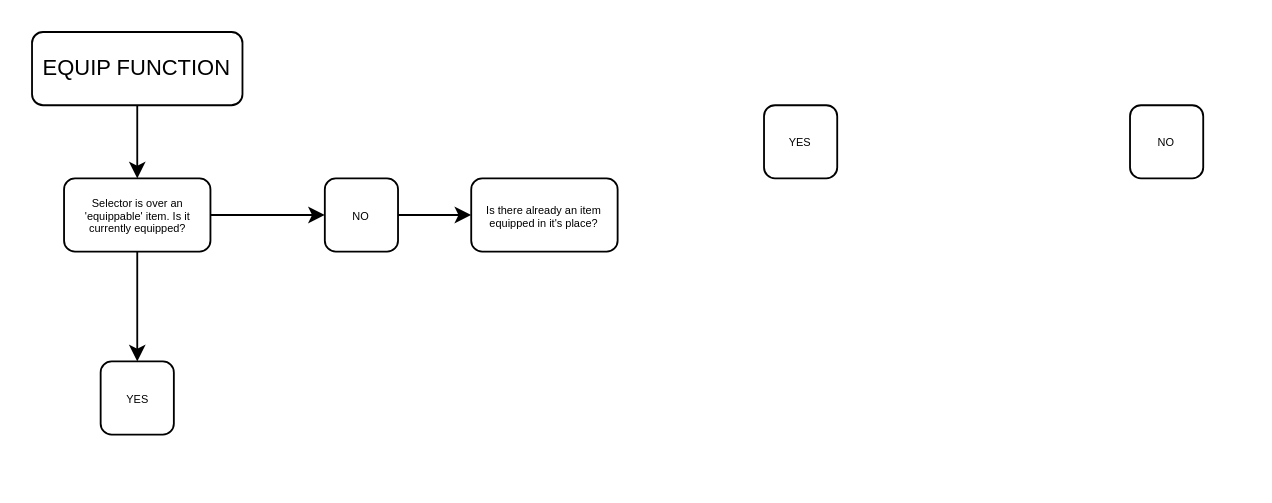
Above: Notes/Charts/Equipment.drawio in ChrisGlenn/Taelus (draw.io), before the change. Source tidied: cells renumbered, new cells numbered last; positions are measured from the earlier drawing's top-left corner, leaving out a move shared by most shapes. Both pictures are drawn from the tidied source at 183%, with x=0, y=0 at pixel (31, 31).
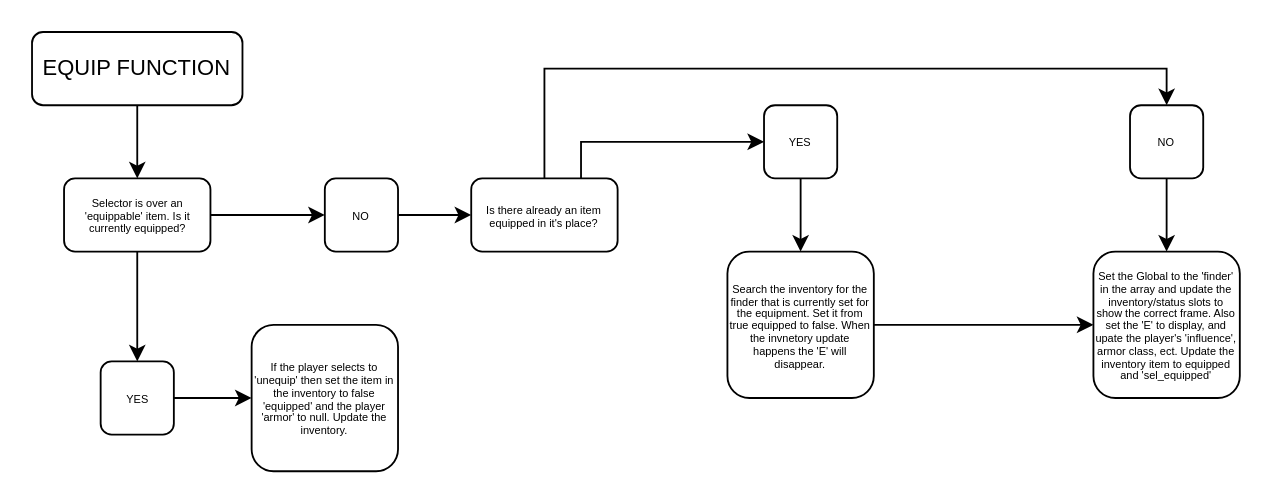
After the change.

The change refers to these unchanged cells:
```xml
<mxCell id="7" value="&lt;p style=&quot;line-height: 40%;&quot;&gt;&lt;span style=&quot;font-size: 6px;&quot;&gt;YES&lt;/span&gt;&lt;/p&gt;" style="rounded=1;whiteSpace=wrap;html=1;" parent="1" vertex="1">
  <mxGeometry x="37.5" y="180" width="40" height="40" as="geometry" />
</mxCell>
<mxCell id="10" value="&lt;p style=&quot;line-height: 40%;&quot;&gt;&lt;font style=&quot;font-size: 6px;&quot;&gt;Is there already an item equipped in it's place?&lt;/font&gt;&lt;/p&gt;" style="rounded=1;whiteSpace=wrap;html=1;" parent="1" vertex="1">
  <mxGeometry x="240" y="80" width="80" height="40" as="geometry" />
</mxCell>
<mxCell id="11" value="&lt;p style=&quot;line-height: 40%;&quot;&gt;&lt;span style=&quot;font-size: 6px;&quot;&gt;YES&lt;/span&gt;&lt;/p&gt;" style="rounded=1;whiteSpace=wrap;html=1;" parent="1" vertex="1">
  <mxGeometry x="400" y="40" width="40" height="40" as="geometry" />
</mxCell>
<mxCell id="12" value="&lt;p style=&quot;line-height: 40%;&quot;&gt;&lt;span style=&quot;font-size: 6px;&quot;&gt;NO&lt;/span&gt;&lt;/p&gt;" style="rounded=1;whiteSpace=wrap;html=1;" parent="1" vertex="1">
  <mxGeometry x="600" y="40" width="40" height="40" as="geometry" />
</mxCell>
```

What changed in the source:
```diff
@@
+    <mxCell id="13" style="edgeStyle=orthogonalEdgeStyle;rounded=0;jettySize=auto;html=1;exitX=1;exitY=0.5;exitDx=0;exitDy=0;entryX=0;entryY=0.5;entryDx=0;entryDy=0;" parent="1" edge="1" source="7" target="21">
+      <mxGeometry relative="1" as="geometry" />
+    </mxCell>
@@
+    <mxCell id="14" style="edgeStyle=orthogonalEdgeStyle;rounded=0;jettySize=auto;html=1;exitX=0.5;exitY=0;exitDx=0;exitDy=0;entryX=0.5;entryY=0;entryDx=0;entryDy=0;" parent="1" edge="1" source="10" target="12">
+      <mxGeometry relative="1" as="geometry" />
+    </mxCell>
+    <mxCell id="15" style="edgeStyle=orthogonalEdgeStyle;rounded=0;jettySize=auto;html=1;exitX=0.75;exitY=0;exitDx=0;exitDy=0;entryX=0;entryY=0.5;entryDx=0;entryDy=0;" parent="1" edge="1" source="10" target="11">
+      <mxGeometry relative="1" as="geometry" />
+    </mxCell>
@@
+    <mxCell id="16" style="edgeStyle=orthogonalEdgeStyle;rounded=0;jettySize=auto;html=1;exitX=0.5;exitY=1;exitDx=0;exitDy=0;entryX=0.5;entryY=0;entryDx=0;entryDy=0;" parent="1" edge="1" source="11" target="20">
+      <mxGeometry relative="1" as="geometry" />
+    </mxCell>
@@
+    <mxCell id="17" style="edgeStyle=orthogonalEdgeStyle;rounded=0;jettySize=auto;html=1;exitX=0.5;exitY=1;exitDx=0;exitDy=0;entryX=0.5;entryY=0;entryDx=0;entryDy=0;" parent="1" edge="1" source="12" target="18">
+      <mxGeometry relative="1" as="geometry" />
+    </mxCell>
@@
+    <mxCell id="18" value="&lt;p style=&quot;line-height: 40%;&quot;&gt;&lt;font style=&quot;font-size: 6px;&quot;&gt;Set the Global to the 'finder' in the array and update the inventory/status slots to show the correct frame. Also set the 'E' to display, and upate the player's 'influence', armor class, ect. Update the inventory item to equipped and 'sel_equipped'&lt;/font&gt;&lt;/p&gt;" style="rounded=1;whiteSpace=wrap;html=1;" parent="1" vertex="1">
+      <mxGeometry x="580" y="120" width="80" height="80" as="geometry" />
+    </mxCell>
+    <mxCell id="19" style="edgeStyle=orthogonalEdgeStyle;rounded=0;jettySize=auto;html=1;exitX=1;exitY=0.5;exitDx=0;exitDy=0;entryX=0;entryY=0.5;entryDx=0;entryDy=0;" parent="1" edge="1" source="20" target="18">
+      <mxGeometry relative="1" as="geometry" />
+    </mxCell>
+    <mxCell id="20" value="&lt;p style=&quot;line-height: 40%;&quot;&gt;&lt;span style=&quot;font-size: 6px;&quot;&gt;Search the inventory for the finder that is currently set for the equipment. Set it from true equipped to false. When the invnetory update happens the 'E' will disappear.&lt;/span&gt;&lt;/p&gt;" style="rounded=1;whiteSpace=wrap;html=1;" parent="1" vertex="1">
+      <mxGeometry x="380" y="120" width="80" height="80" as="geometry" />
+    </mxCell>
+    <mxCell id="21" value="&lt;p style=&quot;line-height: 40%;&quot;&gt;&lt;span style=&quot;font-size: 6px;&quot;&gt;If the player selects to 'unequip' then set the item in the inventory to false 'equipped' and the player 'armor' to null. Update the inventory.&lt;/span&gt;&lt;/p&gt;" style="rounded=1;whiteSpace=wrap;html=1;" parent="1" vertex="1">
+      <mxGeometry x="120" y="160" width="80" height="80" as="geometry" />
+    </mxCell>
```
